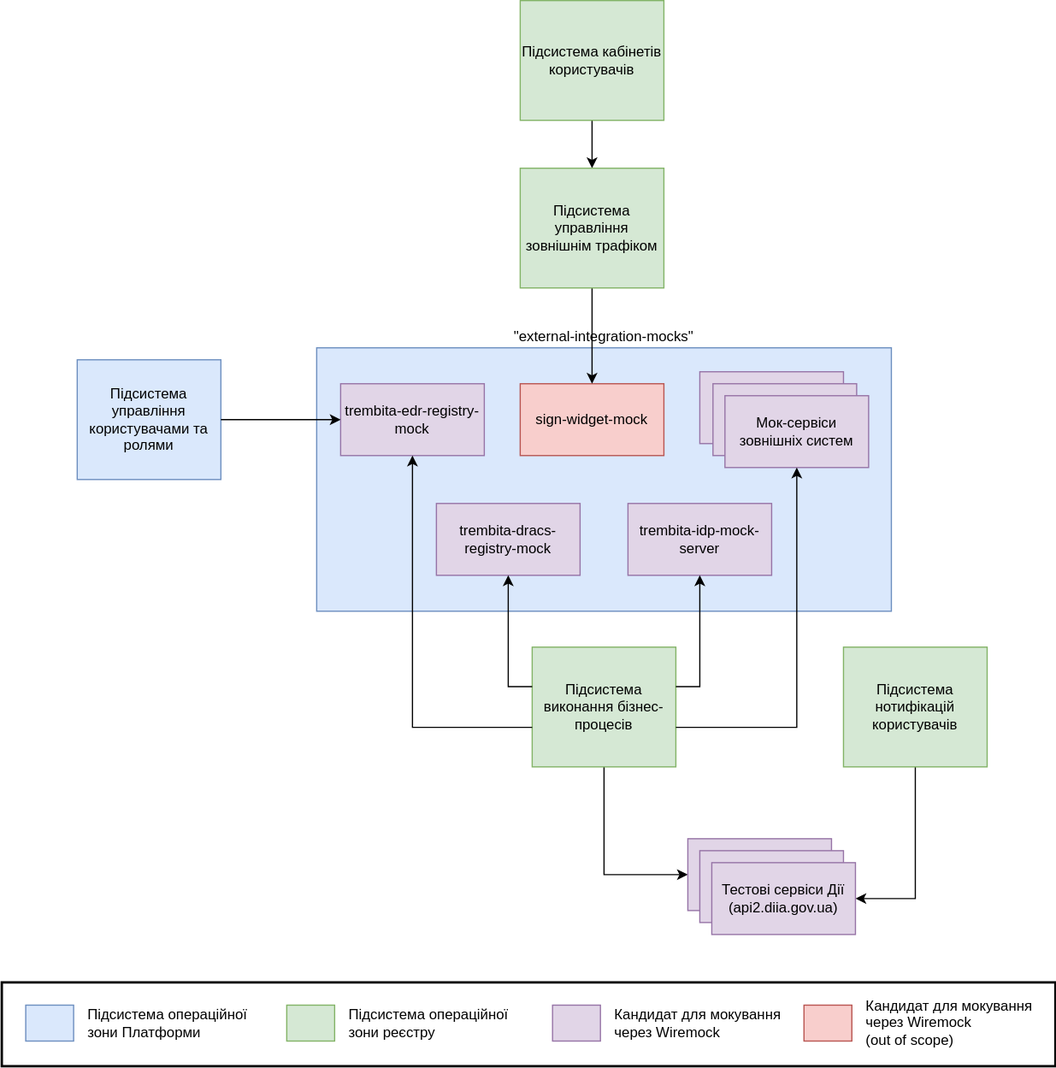
This is modules/arch/images/architecture-workspace/platform-evolution/mocking/current-mocking-solution.svg from epam/edp-ddm-architecture, a draw.io export, as it was before one commit. Source tidied: cells renumbered, new cells last; positions are measured from the earlier drawing's top-left corner, leaving out a move shared by most shapes.
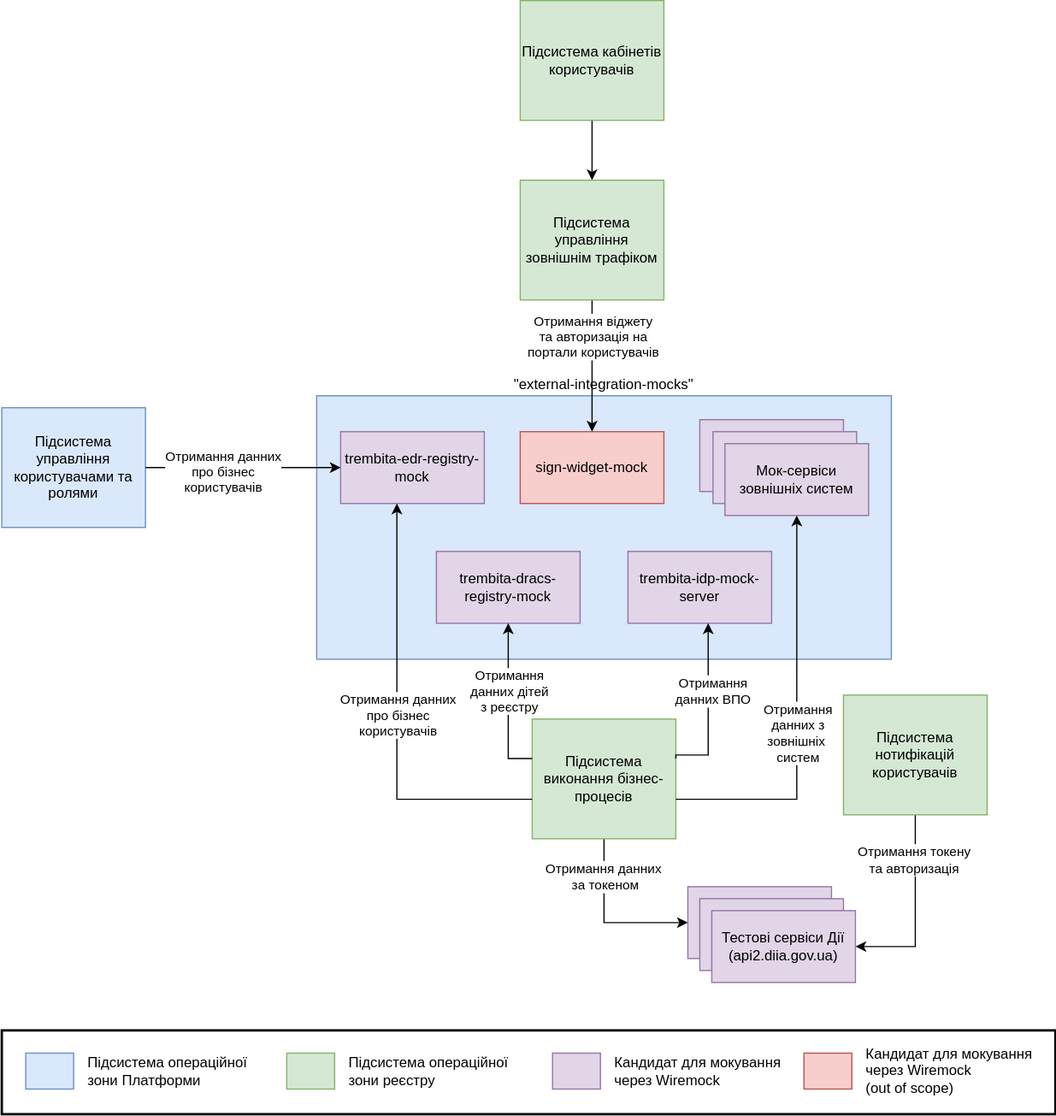
Above is the later version.

Commit message:
[EDP-DDM-22747] Updated diagrams descriptions on new approach of mocks for mocking transition design

Diff of the diagram source:
```diff
@@ -3,17 +3,23 @@
     <mxCell id="0" />
     <mxCell id="1" parent="0" />
     <mxCell id="2" value="Підсистема управління користувачами та ролями" style="rounded=0;whiteSpace=wrap;html=1;fillColor=#dae8fc;strokeColor=#6c8ebf;" parent="1" vertex="1">
-      <mxGeometry x="63" y="300" width="120" height="100" as="geometry" />
+      <mxGeometry y="300" width="120" height="100" as="geometry" />
     </mxCell>
     <mxCell id="3" style="edgeStyle=orthogonalEdgeStyle;rounded=0;jettySize=auto;html=1;entryX=0;entryY=0.5;entryDx=0;entryDy=0;exitX=0.5;exitY=1;exitDx=0;exitDy=0;exitPerimeter=0;" parent="1" edge="1" source="4" target="8">
       <mxGeometry relative="1" as="geometry" />
     </mxCell>
+    <mxCell id="38" value="Отримання данних&amp;nbsp;&lt;br&gt;за токеном" style="edgeLabel;html=1;align=center;verticalAlign=middle;" parent="3" vertex="1">
+      <mxGeometry x="-0.56" relative="1" as="geometry" />
+    </mxCell>
     <mxCell id="4" value="Підсистема виконання бізнес-процесів" style="rounded=0;whiteSpace=wrap;html=1;points=[[0,0,0,0,0],[0,0.25,0,0,0],[0,0.33,0,0,0],[0,0.5,0,0,0],[0,0.67,0,0,0],[0,0.75,0,0,0],[0,1,0,0,0],[0.17,0,0,0,0],[0.25,1,0,0,0],[0.33,0,0,0,0],[0.5,0,0,0,0],[0.5,1,0,0,0],[0.67,0,0,0,0],[0.75,1,0,0,0],[0.83,0,0,0,0],[1,0,0,0,0],[1,0.17,0,0,0],[1,0.33,0,0,0],[1,0.5,0,0,0],[1,0.67,0,0,0],[1,0.83,0,0,0],[1,1,0,0,0]];fillColor=#d5e8d4;strokeColor=#82b366;" parent="1" vertex="1">
-      <mxGeometry x="443" y="540" width="120" height="100" as="geometry" />
+      <mxGeometry x="443" y="560" width="120" height="100" as="geometry" />
     </mxCell>
     <mxCell id="5" style="edgeStyle=orthogonalEdgeStyle;rounded=0;jettySize=auto;html=1;entryX=1;entryY=0.5;entryDx=0;entryDy=0;exitX=0.5;exitY=1;exitDx=0;exitDy=0;" parent="1" edge="1" source="6" target="10">
       <mxGeometry relative="1" as="geometry" />
     </mxCell>
+    <mxCell id="39" value="Отримання токену&lt;br&gt;та авторизація" style="edgeLabel;html=1;align=center;verticalAlign=middle;" parent="5" vertex="1">
+      <mxGeometry x="-0.54" y="-2" relative="1" as="geometry" />
+    </mxCell>
     <mxCell id="6" value="Підсистема нотифікацій&lt;br&gt;користувачів" style="rounded=0;whiteSpace=wrap;html=1;fillColor=#d5e8d4;strokeColor=#82b366;" parent="1" vertex="1">
       <mxGeometry x="703" y="540" width="120" height="100" as="geometry" />
     </mxCell>
@@ -47,28 +53,60 @@
     <mxCell id="16" style="edgeStyle=orthogonalEdgeStyle;rounded=0;jettySize=auto;html=1;entryX=0.5;entryY=0;entryDx=0;entryDy=0;" parent="1" edge="1" source="27" target="13">
       <mxGeometry relative="1" as="geometry" />
     </mxCell>
+    <mxCell id="40" value="Отримання віджету&lt;br&gt;та авторизація на&lt;br&gt;портали користувачів" style="edgeLabel;html=1;align=center;verticalAlign=middle;" parent="16" vertex="1">
+      <mxGeometry x="-0.38" relative="1" as="geometry">
+        <mxPoint y="-4" as="offset" />
+      </mxGeometry>
+    </mxCell>
     <mxCell id="17" style="edgeStyle=orthogonalEdgeStyle;rounded=0;jettySize=auto;html=1;entryX=0.5;entryY=0;entryDx=0;entryDy=0;entryPerimeter=0;" parent="1" edge="1" source="18" target="27">
       <mxGeometry relative="1" as="geometry" />
     </mxCell>
     <mxCell id="18" value="Підсистема кабінетів&lt;br&gt;користувачів" style="rounded=0;whiteSpace=wrap;html=1;fillColor=#d5e8d4;strokeColor=#82b366;" parent="1" vertex="1">
-      <mxGeometry x="433" width="120" height="100" as="geometry" />
+      <mxGeometry x="433" y="-40" width="120" height="100" as="geometry" />
     </mxCell>
-    <mxCell id="19" style="edgeStyle=orthogonalEdgeStyle;rounded=0;jettySize=auto;html=1;entryX=0.5;entryY=1;entryDx=0;entryDy=0;exitX=0;exitY=0.67;exitDx=0;exitDy=0;exitPerimeter=0;" parent="1" edge="1" source="4" target="12">
-      <mxGeometry relative="1" as="geometry" />
+    <mxCell id="19" style="edgeStyle=orthogonalEdgeStyle;rounded=0;jettySize=auto;html=1;exitX=0;exitY=0.67;exitDx=0;exitDy=0;exitPerimeter=0;" parent="1" edge="1" source="4">
+      <mxGeometry relative="1" as="geometry">
+        <mxPoint x="330" y="380" as="targetPoint" />
+        <Array as="points">
+          <mxPoint x="330" y="627" />
+          <mxPoint x="330" y="380" />
+        </Array>
+      </mxGeometry>
     </mxCell>
+    <mxCell id="41" value="Отримання данних&lt;br&gt;про бізнес&lt;br&gt;користувачів" style="edgeLabel;html=1;align=center;verticalAlign=middle;" parent="19" vertex="1">
+      <mxGeometry x="0.05" y="2" relative="1" as="geometry">
+        <mxPoint x="2" y="5" as="offset" />
+      </mxGeometry>
+    </mxCell>
     <mxCell id="20" style="edgeStyle=orthogonalEdgeStyle;rounded=0;jettySize=auto;html=1;entryX=0;entryY=0.5;entryDx=0;entryDy=0;exitX=1;exitY=0.5;exitDx=0;exitDy=0;" parent="1" edge="1" source="2" target="12">
       <mxGeometry relative="1" as="geometry" />
     </mxCell>
+    <mxCell id="42" value="Отримання данних&lt;br&gt;про бізнес&lt;br&gt;користувачів" style="edgeLabel;html=1;align=center;verticalAlign=middle;" parent="20" vertex="1">
+      <mxGeometry x="-0.21" y="-2" relative="1" as="geometry">
+        <mxPoint y="1" as="offset" />
+      </mxGeometry>
+    </mxCell>
     <mxCell id="21" style="edgeStyle=orthogonalEdgeStyle;rounded=0;jettySize=auto;html=1;exitX=0;exitY=0.33;exitDx=0;exitDy=0;exitPerimeter=0;" parent="1" edge="1" source="4" target="14">
       <mxGeometry relative="1" as="geometry" />
     </mxCell>
+    <mxCell id="43" value="Отримання&lt;br&gt;данних дітей&lt;br&gt;з реєстру" style="edgeLabel;html=1;align=center;verticalAlign=middle;" parent="21" vertex="1">
+      <mxGeometry x="0.29" y="1" relative="1" as="geometry">
+        <mxPoint x="1" y="8" as="offset" />
+      </mxGeometry>
+    </mxCell>
-    <mxCell id="22" style="edgeStyle=orthogonalEdgeStyle;rounded=0;jettySize=auto;html=1;entryX=0.5;entryY=1;entryDx=0;entryDy=0;exitX=1;exitY=0.33;exitDx=0;exitDy=0;exitPerimeter=0;" parent="1" edge="1" source="4" target="15">
+    <mxCell id="22" style="edgeStyle=orthogonalEdgeStyle;rounded=0;jettySize=auto;html=1;exitX=1;exitY=0.33;exitDx=0;exitDy=0;exitPerimeter=0;" parent="1" edge="1" source="4" target="15">
       <mxGeometry relative="1" as="geometry">
         <Array as="points">
-          <mxPoint x="583" y="573" />
+          <mxPoint x="563" y="590" />
+          <mxPoint x="590" y="590" />
         </Array>
       </mxGeometry>
     </mxCell>
+    <mxCell id="44" value="Отримання&lt;br&gt;данних ВПО" style="edgeLabel;html=1;align=center;verticalAlign=middle;" parent="22" vertex="1">
+      <mxGeometry x="0.13" relative="1" as="geometry">
+        <mxPoint x="3" y="-5" as="offset" />
+      </mxGeometry>
+    </mxCell>
     <mxCell id="23" style="group;" parent="1" vertex="1">
       <mxGeometry x="583" y="310" width="140" height="80" as="geometry" />
     </mxCell>
@@ -82,11 +120,16 @@
       <mxGeometry x="21" y="20" width="120" height="60" as="geometry" />
     </mxCell>
     <mxCell id="27" value="Підсистема управління зовнішнім трафіком" style="rounded=0;whiteSpace=wrap;html=1;points=[[0,0,0,0,0],[0,0.25,0,0,0],[0,0.5,0,0,0],[0,0.75,0,0,0],[0,1,0,0,0],[0.2,1,0,0,0],[0.25,0,0,0,0],[0.4,1,0,0,0],[0.5,0,0,0,0],[0.62,1,0,0,0],[0.75,0,0,0,0],[0.8,1,0,0,0],[1,0,0,0,0],[1,0.25,0,0,0],[1,0.5,0,0,0],[1,0.75,0,0,0],[1,1,0,0,0]];fillColor=#d5e8d4;strokeColor=#82b366;" parent="1" vertex="1">
-      <mxGeometry x="433" y="140" width="120" height="100" as="geometry" />
+      <mxGeometry x="433" y="110" width="120" height="100" as="geometry" />
     </mxCell>
     <mxCell id="28" style="edgeStyle=orthogonalEdgeStyle;rounded=0;jettySize=auto;html=1;entryX=0.5;entryY=1;entryDx=0;entryDy=0;exitX=1;exitY=0.67;exitDx=0;exitDy=0;exitPerimeter=0;" parent="1" edge="1" source="4" target="26">
       <mxGeometry relative="1" as="geometry" />
     </mxCell>
+    <mxCell id="45" value="Отримання&lt;br&gt;данних з&lt;br&gt;зовнішніх&amp;nbsp;&lt;br&gt;систем" style="edgeLabel;html=1;align=center;verticalAlign=middle;" parent="28" vertex="1">
+      <mxGeometry x="-0.07" relative="1" as="geometry">
+        <mxPoint y="1" as="offset" />
+      </mxGeometry>
+    </mxCell>
     <mxCell id="29" style="rounded=0;whiteSpace=wrap;html=1;strokeColor=#000000;strokeWidth=2;fillColor=none;" parent="1" vertex="1">
       <mxGeometry y="820" width="880" height="70" as="geometry" />
     </mxCell>
```
